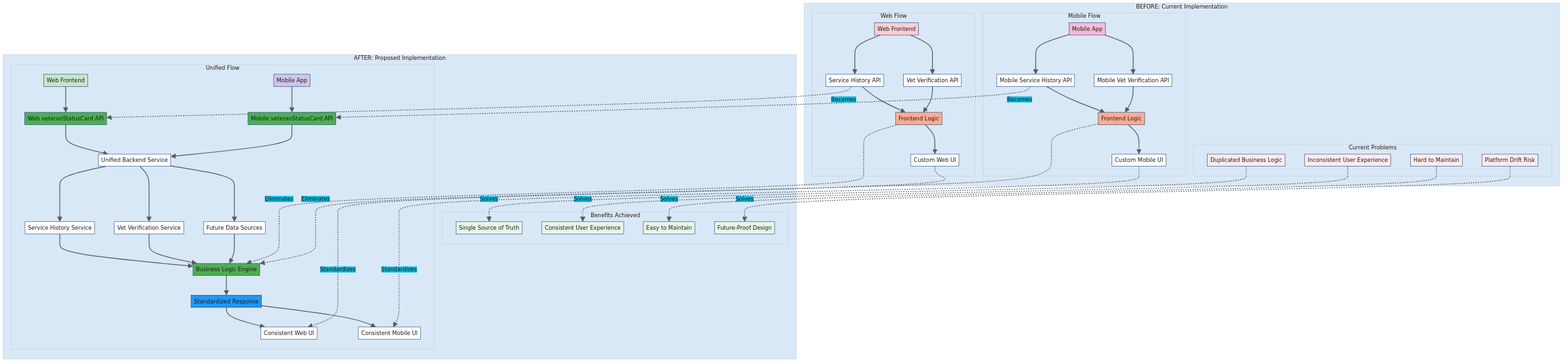
department-of-veterans-affairs/va-mobile-feature-support keeps this Mermaid diagram as mermaid/projects/vsc-api-refactor/data-flow-comparison.png. Above is the earlier version. Its source is kept beside it as mermaid/projects/vsc-api-refactor/data-flow-comparison.mmd.
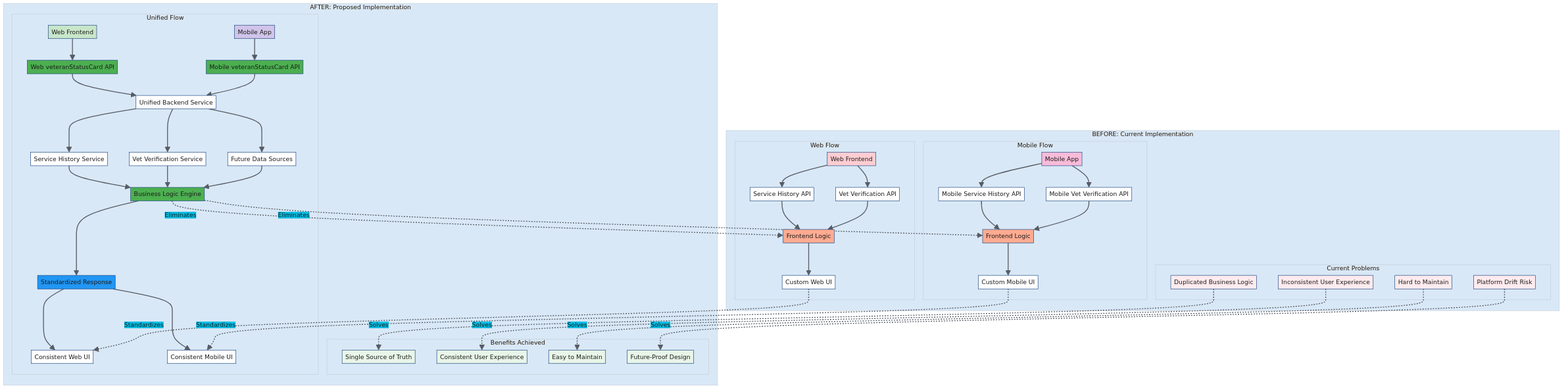
Later version of the same file.

Commit message:
tweak data flow diagram

Change to the diagram source:
```diff
@@ -49,12 +49,10 @@
         end
     end
 
-    W4 -.->|Eliminates| A8
-    M4 -.->|Eliminates| A8
+    A8 -.->|Eliminates| W4
+    A8 -.->|Eliminates| M4
     W5 -.->|Standardizes| A10
     M5 -.->|Standardizes| A11
-    W2 -.->|Becomes| A2
-    M2 -.->|Becomes| A12
 
     P1 -.->|Solves| B1
     P2 -.->|Solves| B2
```
